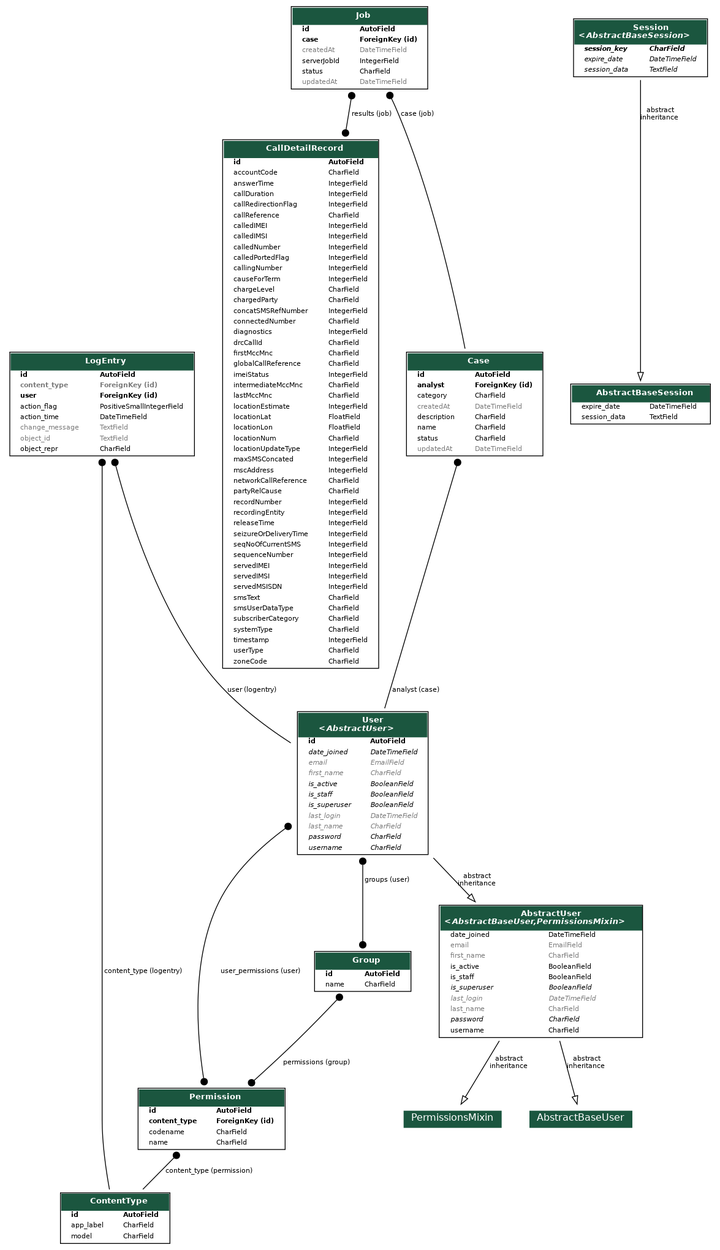
This is output.png from techienitish/Nigeria-Case-Study-Backend, a Graphviz export, as it was before one commit. Its source is kept beside it as output.dot.
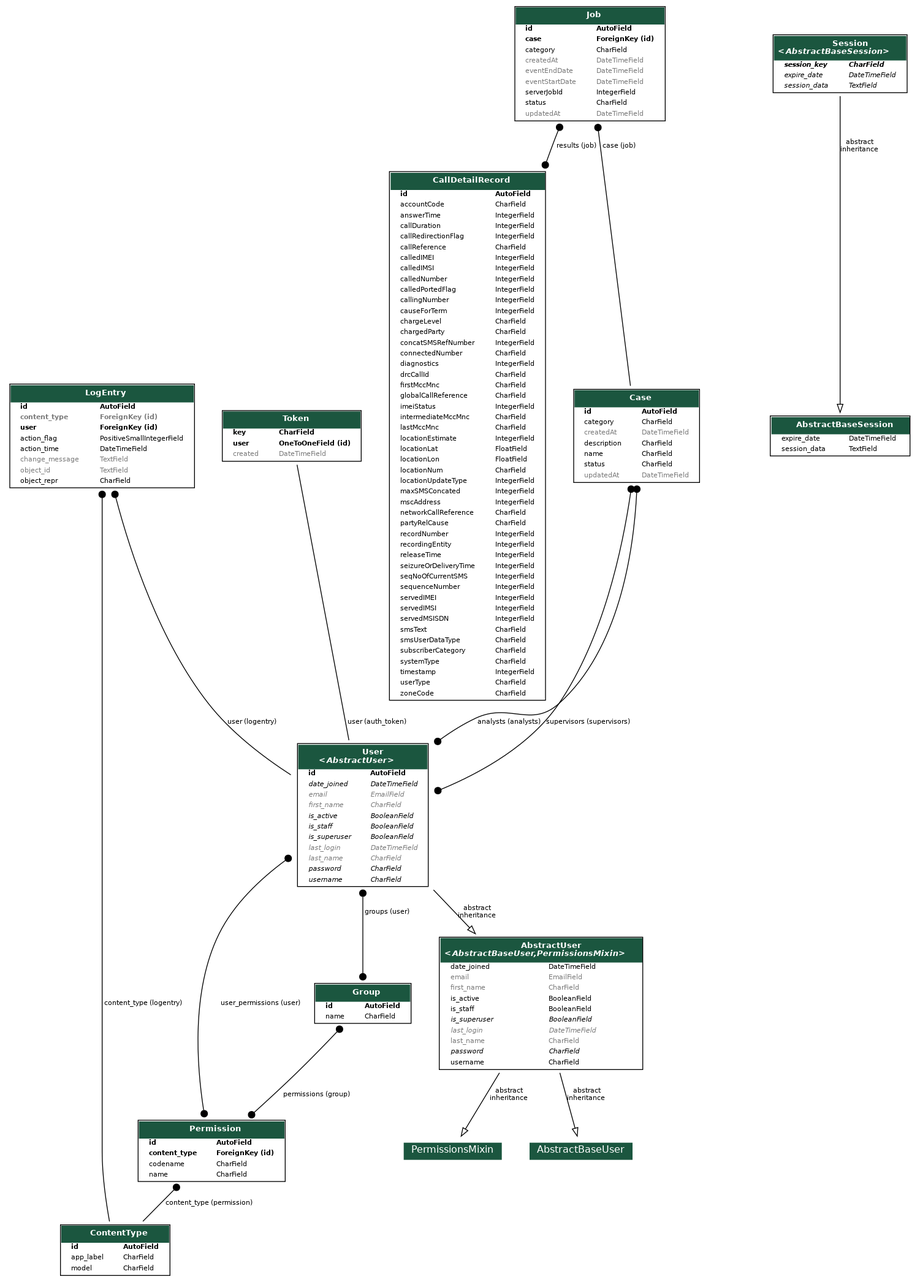
After the change.

Change to the diagram source:
```diff
@@ -453,6 +453,43 @@
 
 
 
+  rest_framework_authtoken_models_Token [label=<
+    <TABLE BGCOLOR="white" BORDER="1" CELLBORDER="0" CELLSPACING="0">
+    <TR><TD COLSPAN="2" CELLPADDING="5" ALIGN="CENTER" BGCOLOR="#1b563f">
+    <FONT FACE="Roboto" COLOR="white" POINT-SIZE="10"><B>
+    Token
+    </B></FONT></TD></TR>
+
+
+    <TR><TD ALIGN="LEFT" BORDER="0">
+    <FONT FACE="Roboto"><B>key</B></FONT>
+    </TD><TD ALIGN="LEFT">
+    <FONT FACE="Roboto"><B>CharField</B></FONT>
+    </TD></TR>
+
+
+
+    <TR><TD ALIGN="LEFT" BORDER="0">
+    <FONT FACE="Roboto"><B>user</B></FONT>
+    </TD><TD ALIGN="LEFT">
+    <FONT FACE="Roboto"><B>OneToOneField (id)</B></FONT>
+    </TD></TR>
+
+
+
+    <TR><TD ALIGN="LEFT" BORDER="0">
+    <FONT COLOR="#7B7B7B" FACE="Roboto">created</FONT>
+    </TD><TD ALIGN="LEFT">
+    <FONT COLOR="#7B7B7B" FACE="Roboto">DateTimeField</FONT>
+    </TD></TR>
+
+
+    </TABLE>
+    >]
+
+
+
+
   api_models_CallDetailRecord [label=<
     <TABLE BGCOLOR="white" BORDER="1" CELLBORDER="0" CELLSPACING="0">
     <TR><TD COLSPAN="2" CELLPADDING="5" ALIGN="CENTER" BGCOLOR="#1b563f">
@@ -864,14 +901,6 @@
 
 
     <TR><TD ALIGN="LEFT" BORDER="0">
-    <FONT FACE="Roboto"><B>analyst</B></FONT>
-    </TD><TD ALIGN="LEFT">
-    <FONT FACE="Roboto"><B>ForeignKey (id)</B></FONT>
-    </TD></TR>
-
-
-
-    <TR><TD ALIGN="LEFT" BORDER="0">
     <FONT FACE="Roboto">category</FONT>
     </TD><TD ALIGN="LEFT">
     <FONT FACE="Roboto">CharField</FONT>
@@ -946,7 +975,31 @@
 
 
     <TR><TD ALIGN="LEFT" BORDER="0">
+    <FONT FACE="Roboto">category</FONT>
+    </TD><TD ALIGN="LEFT">
+    <FONT FACE="Roboto">CharField</FONT>
+    </TD></TR>
+
+
+
+    <TR><TD ALIGN="LEFT" BORDER="0">
     <FONT COLOR="#7B7B7B" FACE="Roboto">createdAt</FONT>
+    </TD><TD ALIGN="LEFT">
+    <FONT COLOR="#7B7B7B" FACE="Roboto">DateTimeField</FONT>
+    </TD></TR>
+
+
+
+    <TR><TD ALIGN="LEFT" BORDER="0">
+    <FONT COLOR="#7B7B7B" FACE="Roboto">eventEndDate</FONT>
+    </TD><TD ALIGN="LEFT">
+    <FONT COLOR="#7B7B7B" FACE="Roboto">DateTimeField</FONT>
+    </TD></TR>
+
+
+
+    <TR><TD ALIGN="LEFT" BORDER="0">
+    <FONT COLOR="#7B7B7B" FACE="Roboto">eventStartDate</FONT>
     </TD><TD ALIGN="LEFT">
     <FONT COLOR="#7B7B7B" FACE="Roboto">DateTimeField</FONT>
     </TD></TR>
@@ -1029,8 +1082,15 @@
   [label=" abstract\ninheritance"] [arrowhead=empty, arrowtail=none, dir=both];
 
 
+  rest_framework_authtoken_models_Token -> django_contrib_auth_models_User
+  [label=" user (auth_token)"] [arrowhead=none, arrowtail=none, dir=both];
+
+
   api_models_Case -> django_contrib_auth_models_User
-  [label=" analyst (case)"] [arrowhead=none, arrowtail=dot, dir=both];
+  [label=" supervisors (supervisors)"] [arrowhead=dot arrowtail=dot, dir=both];
+
+  api_models_Case -> django_contrib_auth_models_User
+  [label=" analysts (analysts)"] [arrowhead=dot arrowtail=dot, dir=both];
 
   api_models_Job -> api_models_Case
   [label=" case (job)"] [arrowhead=none, arrowtail=dot, dir=both];
```
